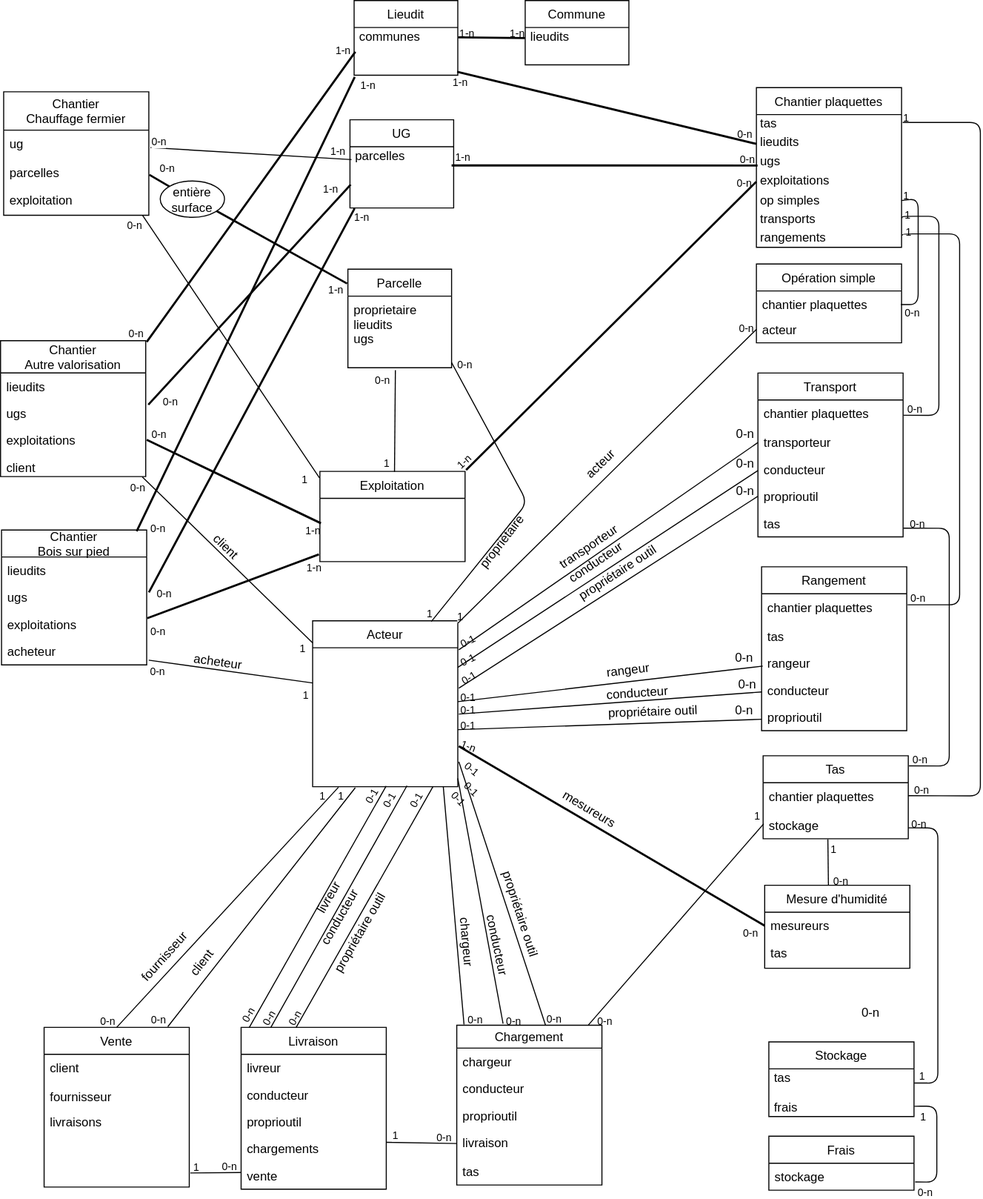
Earlier version of the draw.io export docs/mcd-bdl.svg (bdlarzac/chantiers). Source tidied: cells renumbered, new cells last; positions are measured from the earlier drawing's top-left corner, leaving out a move shared by most shapes.
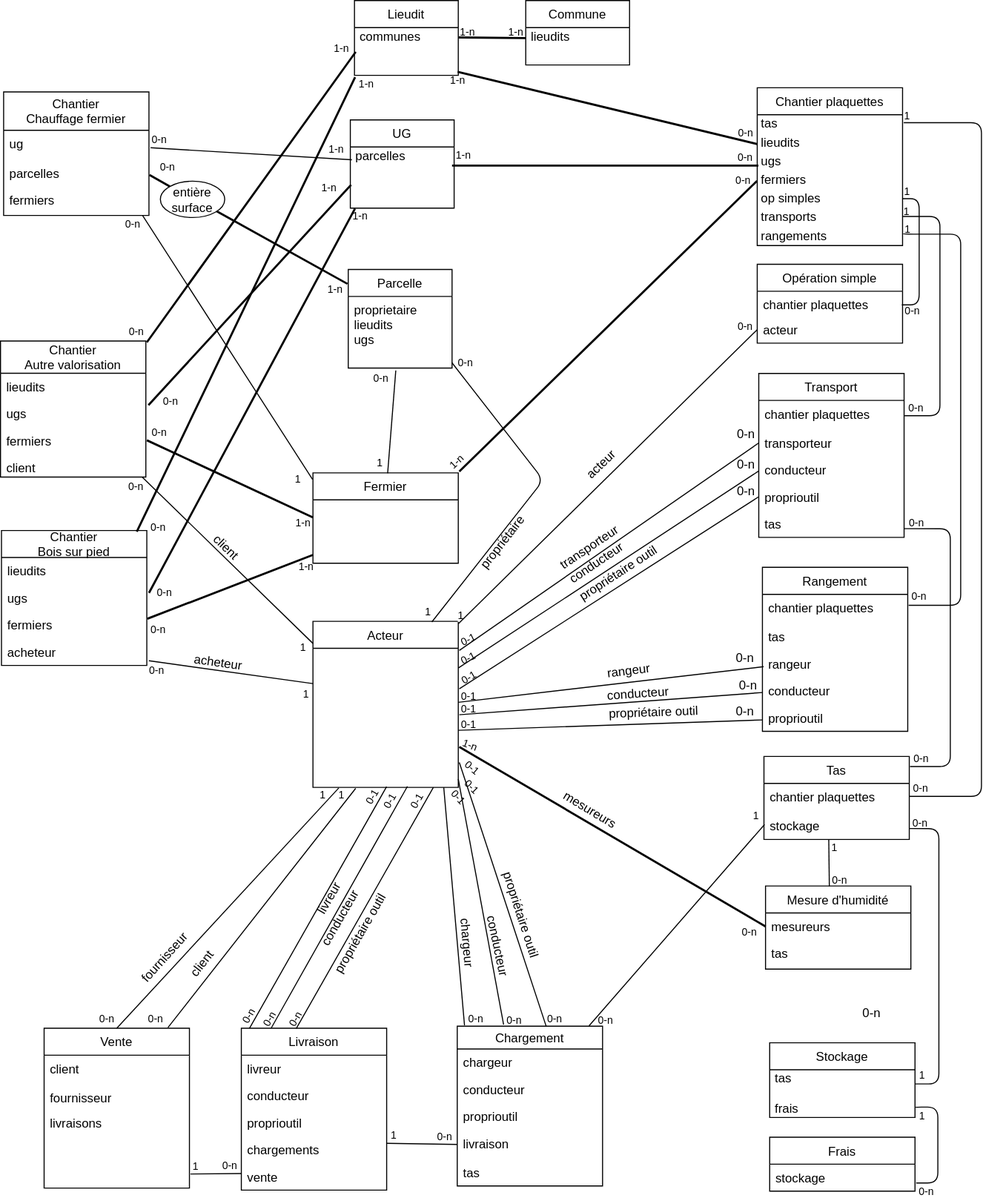
The same file after the commit.

Diff of the diagram source:
```diff
@@ -134,7 +134,7 @@
     </mxCell>
     <mxCell id="30" style="endArrow=none;html=1;strokeWidth=2;exitX=1.007;exitY=0.484;exitDx=0;exitDy=0;exitPerimeter=0;" parent="1" edge="1" source="147">
       <mxGeometry relative="1" as="geometry">
-        <mxPoint x="309" y="504" as="targetPoint" />
+        <mxPoint x="301" y="498" as="targetPoint" />
       </mxGeometry>
     </mxCell>
     <mxCell id="31" value="0-n" style="html=1;align=left;verticalAlign=bottom;labelBackgroundColor=none;fontSize=10;" parent="30" vertex="1">
@@ -615,7 +615,7 @@
     <mxCell id="137" value="ugs" style="text;strokeColor=none;fillColor=none;align=left;verticalAlign=top;spacingLeft=4;spacingRight=4;overflow=hidden;points=[[0,0.5],[1,0.5]];portConstraint=eastwest;" parent="135" vertex="1">
       <mxGeometry y="52" width="140" height="26" as="geometry" />
     </mxCell>
-    <mxCell id="138" value="exploitations" style="text;strokeColor=none;fillColor=none;align=left;verticalAlign=top;spacingLeft=4;spacingRight=4;overflow=hidden;points=[[0,0.5],[1,0.5]];portConstraint=eastwest;" parent="135" vertex="1">
+    <mxCell id="138" value="fermiers" style="text;strokeColor=none;fillColor=none;align=left;verticalAlign=top;spacingLeft=4;spacingRight=4;overflow=hidden;points=[[0,0.5],[1,0.5]];portConstraint=eastwest;" parent="135" vertex="1">
       <mxGeometry y="78" width="140" height="26" as="geometry" />
     </mxCell>
     <mxCell id="139" value="acheteur" style="text;strokeColor=none;fillColor=none;align=left;verticalAlign=top;spacingLeft=4;spacingRight=4;overflow=hidden;points=[[0,0.5],[1,0.5]];portConstraint=eastwest;" parent="135" vertex="1">
@@ -630,7 +630,7 @@
     <mxCell id="142" value="parcelles" style="text;strokeColor=none;fillColor=none;align=left;verticalAlign=top;spacingLeft=4;spacingRight=4;overflow=hidden;points=[[0,0.5],[1,0.5]];portConstraint=eastwest;" parent="140" vertex="1">
       <mxGeometry y="65" width="140" height="26" as="geometry" />
     </mxCell>
-    <mxCell id="143" value="exploitation" style="text;strokeColor=none;fillColor=none;align=left;verticalAlign=top;spacingLeft=4;spacingRight=4;overflow=hidden;points=[[0,0.5],[1,0.5]];portConstraint=eastwest;" parent="140" vertex="1">
+    <mxCell id="143" value="fermiers" style="text;strokeColor=none;fillColor=none;align=left;verticalAlign=top;spacingLeft=4;spacingRight=4;overflow=hidden;points=[[0,0.5],[1,0.5]];portConstraint=eastwest;" parent="140" vertex="1">
       <mxGeometry y="91" width="140" height="28" as="geometry" />
     </mxCell>
     <mxCell id="144" value="Chantier&#10;Autre valorisation" style="swimlane;fontStyle=0;horizontal=1;startSize=31;fillColor=none;" parent="1" vertex="1">
@@ -642,15 +642,12 @@
     <mxCell id="146" value="ugs" style="text;strokeColor=none;fillColor=none;align=left;verticalAlign=top;spacingLeft=4;spacingRight=4;overflow=hidden;points=[[0,0.5],[1,0.5]];portConstraint=eastwest;" parent="144" vertex="1">
       <mxGeometry y="57" width="140" height="26" as="geometry" />
     </mxCell>
-    <mxCell id="147" value="exploitations" style="text;strokeColor=none;fillColor=none;align=left;verticalAlign=top;spacingLeft=4;spacingRight=4;overflow=hidden;points=[[0,0.5],[1,0.5]];portConstraint=eastwest;" parent="144" vertex="1">
+    <mxCell id="147" value="fermiers" style="text;strokeColor=none;fillColor=none;align=left;verticalAlign=top;spacingLeft=4;spacingRight=4;overflow=hidden;points=[[0,0.5],[1,0.5]];portConstraint=eastwest;" parent="144" vertex="1">
       <mxGeometry y="83" width="140" height="26" as="geometry" />
     </mxCell>
     <mxCell id="148" value="client" style="text;strokeColor=none;fillColor=none;align=left;verticalAlign=top;spacingLeft=4;spacingRight=4;overflow=hidden;points=[[0,0.5],[1,0.5]];portConstraint=eastwest;" parent="144" vertex="1">
       <mxGeometry y="109" width="140" height="22" as="geometry" />
     </mxCell>
-    <mxCell id="149" value="Exploitation" style="swimlane;fontStyle=0;horizontal=1;startSize=26;fillColor=none;" parent="1" vertex="1">
-      <mxGeometry x="308" y="454" width="140" height="87" as="geometry" />
-    </mxCell>
     <mxCell id="150" value="Parcelle" style="swimlane;fontStyle=0;horizontal=1;startSize=26;fillColor=none;" parent="1" vertex="1">
       <mxGeometry x="335" y="259" width="100" height="95" as="geometry" />
     </mxCell>
@@ -706,7 +703,7 @@
     </mxCell>
     <mxCell id="165" style="endArrow=none;html=1;strokeWidth=2;exitX=1.004;exitY=0.271;exitDx=0;exitDy=0;exitPerimeter=0;" parent="1" edge="1" source="138">
       <mxGeometry relative="1" as="geometry">
-        <mxPoint x="307" y="534" as="targetPoint" />
+        <mxPoint x="301" y="534" as="targetPoint" />
       </mxGeometry>
     </mxCell>
     <mxCell id="166" value="0-n" style="html=1;align=left;verticalAlign=bottom;labelBackgroundColor=none;fontSize=10;" parent="165" vertex="1">
@@ -804,7 +801,7 @@
       <mxGeometry y="50" width="140" height="26" as="geometry" />
     </mxCell>
     <mxCell id="196" value="Chantier plaquettes" style="swimlane;fontStyle=0;horizontal=1;startSize=26;fillColor=none;" parent="1" vertex="1">
-      <mxGeometry x="729" y="84" width="140" height="154" as="geometry" />
+      <mxGeometry x="729" y="84" width="140" height="152" as="geometry" />
     </mxCell>
     <mxCell id="197" value="tas" style="text;html=1;align=left;verticalAlign=middle;points=[];spacingLeft=2;" parent="196" vertex="1">
       <mxGeometry y="26" width="140" height="18" as="geometry" />
@@ -815,17 +812,17 @@
     <mxCell id="199" value="ugs" style="text;html=1;align=left;verticalAlign=middle;points=[];spacingLeft=2;" parent="196" vertex="1">
       <mxGeometry y="62" width="140" height="18" as="geometry" />
     </mxCell>
-    <mxCell id="200" value="exploitations" style="text;html=1;align=left;verticalAlign=middle;points=[];spacingLeft=2;" parent="196" vertex="1">
-      <mxGeometry y="80" width="140" height="20" as="geometry" />
+    <mxCell id="200" value="fermiers" style="text;html=1;align=left;verticalAlign=middle;points=[];spacingLeft=2;" parent="196" vertex="1">
+      <mxGeometry y="80" width="140" height="18" as="geometry" />
     </mxCell>
     <mxCell id="201" value="op simples" style="text;html=1;align=left;verticalAlign=middle;points=[];spacingLeft=2;" parent="196" vertex="1">
-      <mxGeometry y="100" width="140" height="18" as="geometry" />
+      <mxGeometry y="98" width="140" height="18" as="geometry" />
     </mxCell>
     <mxCell id="202" value="transports" style="text;html=1;align=left;verticalAlign=middle;points=[];spacingLeft=2;" parent="196" vertex="1">
-      <mxGeometry y="118" width="140" height="18" as="geometry" />
+      <mxGeometry y="116" width="140" height="18" as="geometry" />
     </mxCell>
     <mxCell id="203" value="rangements" style="text;html=1;align=left;verticalAlign=middle;points=[];spacingLeft=2;" parent="196" vertex="1">
-      <mxGeometry y="136" width="140" height="18" as="geometry" />
+      <mxGeometry y="134" width="140" height="18" as="geometry" />
     </mxCell>
     <mxCell id="204" value="Mesure d'humidité" style="swimlane;fontStyle=0;horizontal=1;startSize=26;fillColor=none;" parent="1" vertex="1">
       <mxGeometry x="737" y="853" width="140" height="80" as="geometry" />
@@ -896,7 +893,7 @@
     <mxCell id="224" style="endArrow=none;html=1;exitX=0.818;exitY=0.004;exitDx=0;exitDy=0;exitPerimeter=0;entryX=0.999;entryY=0.926;entryDx=0;entryDy=0;entryPerimeter=0;" parent="1" edge="1" source="7" target="151">
       <mxGeometry relative="1" as="geometry">
         <Array as="points">
-          <mxPoint x="508" y="484" />
+          <mxPoint x="523" y="462" />
         </Array>
       </mxGeometry>
     </mxCell>
@@ -917,5 +914,8 @@
     <mxCell id="229" value="0-1" style="text;html=1;align=center;verticalAlign=middle;fontSize=10;rotation=300;" parent="1" vertex="1">
       <mxGeometry x="388" y="764" width="25" height="16" as="geometry" />
     </mxCell>
+    <mxCell id="149" value="Fermier" style="swimlane;fontStyle=0;horizontal=1;startSize=26;fillColor=none;" parent="1" vertex="1">
+      <mxGeometry x="301" y="455" width="140" height="87" as="geometry" />
+    </mxCell>
   </root>
 </mxGraphModel>
```
